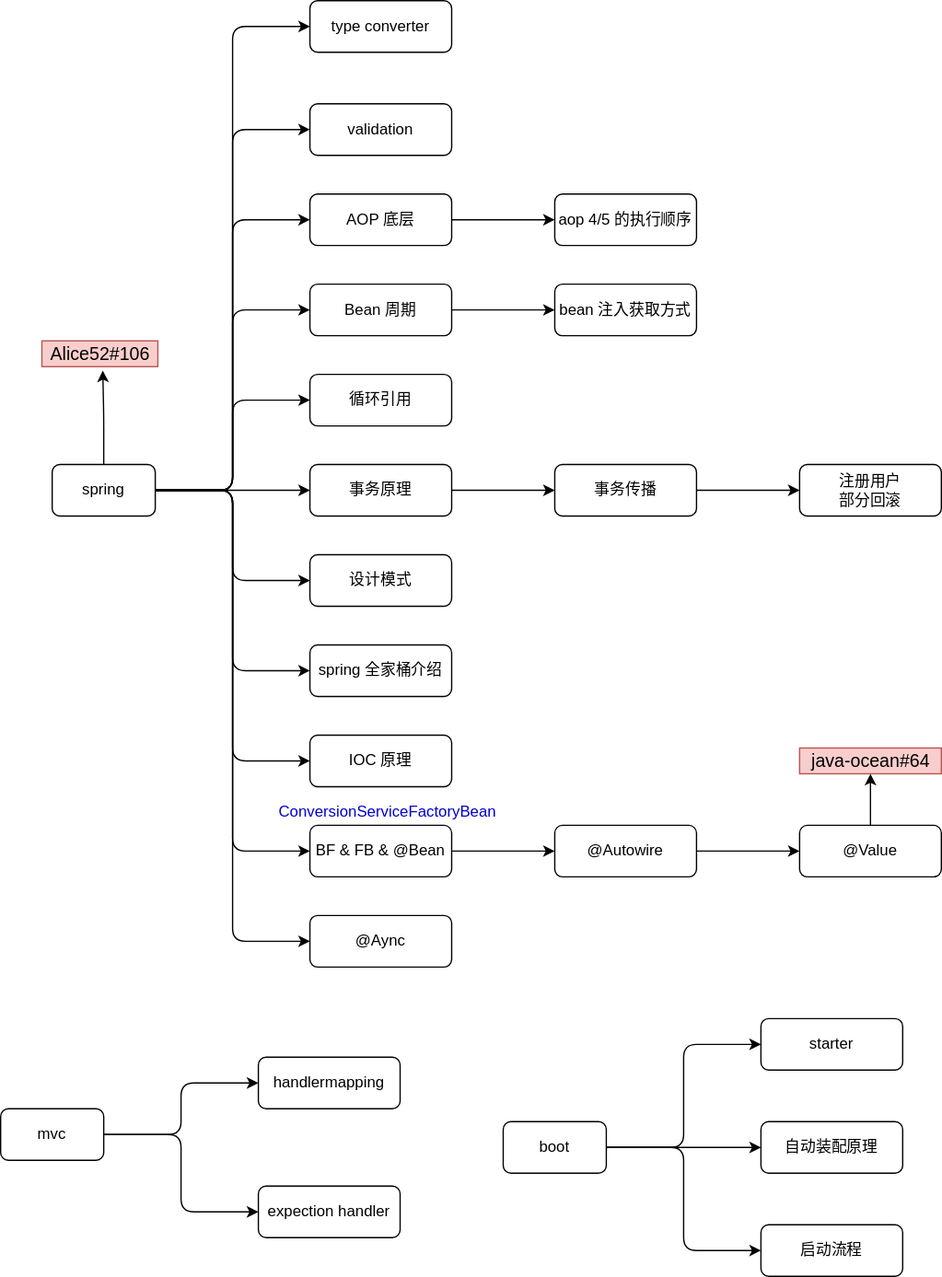
Before: diagrams/java/ee/readme.svg, a diagram exported from draw.io (Alice52/diagrams). Source tidied: cells renumbered, new cells last; positions are measured from the earlier drawing's top-left corner, leaving out a move shared by most shapes.
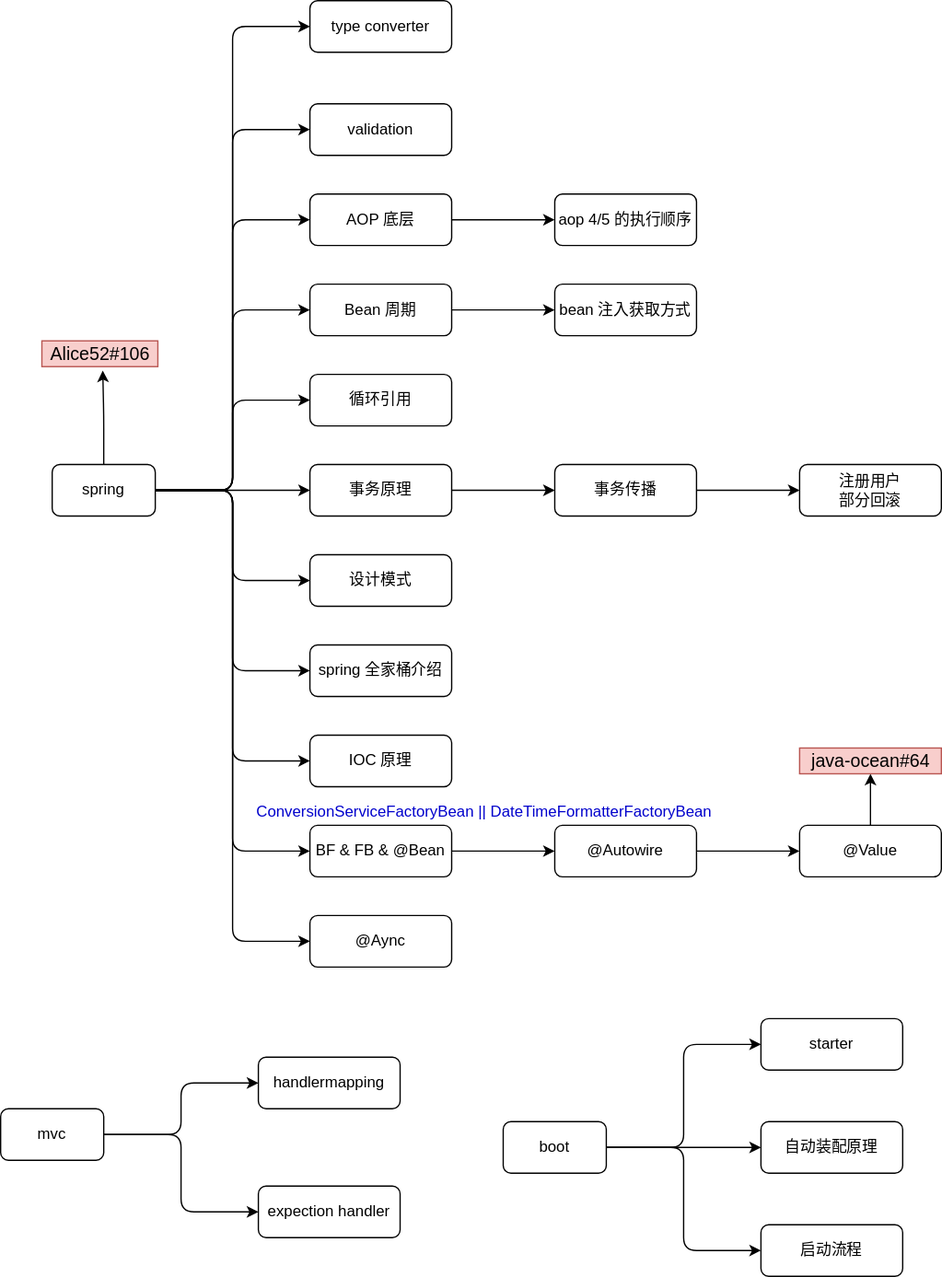
After the commit.

Change to the diagram source:
```diff
@@ -155,8 +155,8 @@
     <mxCell id="52" value="&lt;font style=&quot;font-size: 14px&quot;&gt;java-ocean#64&lt;/font&gt;" style="text;html=1;align=center;verticalAlign=middle;points=[];strokeColor=#b85450;fillColor=#f8cecc;" parent="1" vertex="1">
       <mxGeometry x="620" y="580" width="110" height="20" as="geometry" />
     </mxCell>
-    <mxCell id="53" value="&lt;font color=&quot;#0000cc&quot;&gt;ConversionServiceFactoryBean&lt;/font&gt;" style="text;html=1;align=center;verticalAlign=middle;strokeColor=none;" parent="1" vertex="1">
-      <mxGeometry x="210" y="620" width="180" height="20" as="geometry" />
+    <mxCell id="53" value="&lt;font color=&quot;#0000cc&quot;&gt;ConversionServiceFactoryBean ||&amp;nbsp;DateTimeFormatterFactoryBean&lt;/font&gt;" style="text;html=1;align=center;verticalAlign=middle;strokeColor=none;" parent="1" vertex="1">
+      <mxGeometry x="190" y="620" width="370" height="20" as="geometry" />
     </mxCell>
   </root>
 </mxGraphModel>
```
